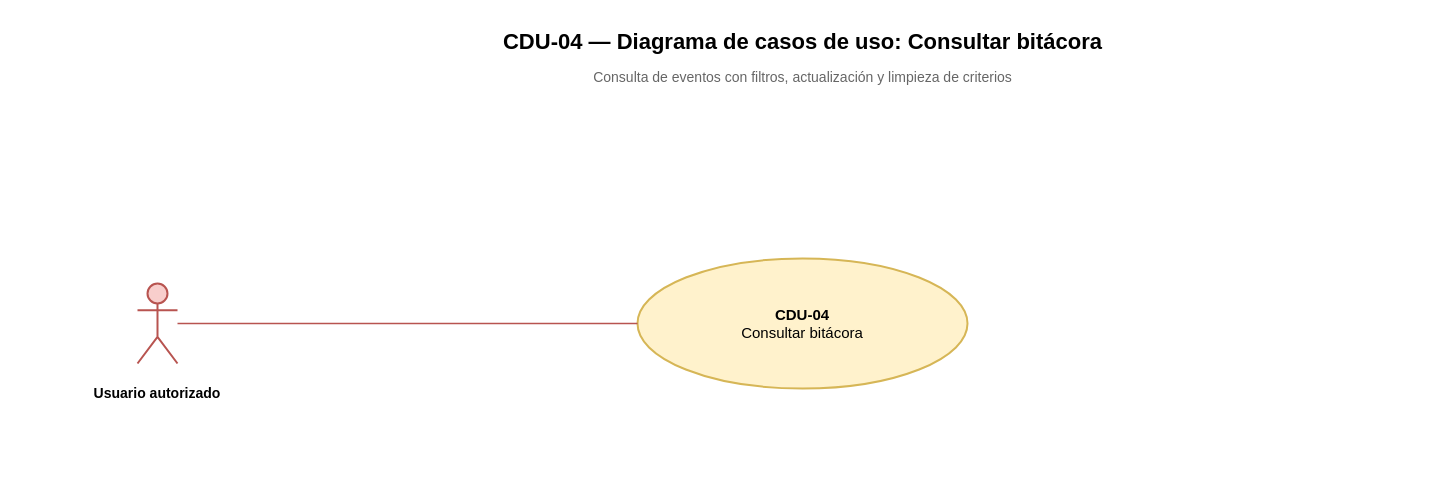
Above: Diagramas/Casos de Uso/T06a - CDU-04 - Consultar bitácora - Casos de uso.drawio in juanNH/Ingenieria-de-Software (draw.io), before the change. Source tidied: cells renumbered, new cells numbered last; positions are measured from the earlier drawing's top-left corner, leaving out a move shared by most shapes. Both pictures are drawn from the tidied source at 100%, with x=0, y=0 at pixel (17, 21).
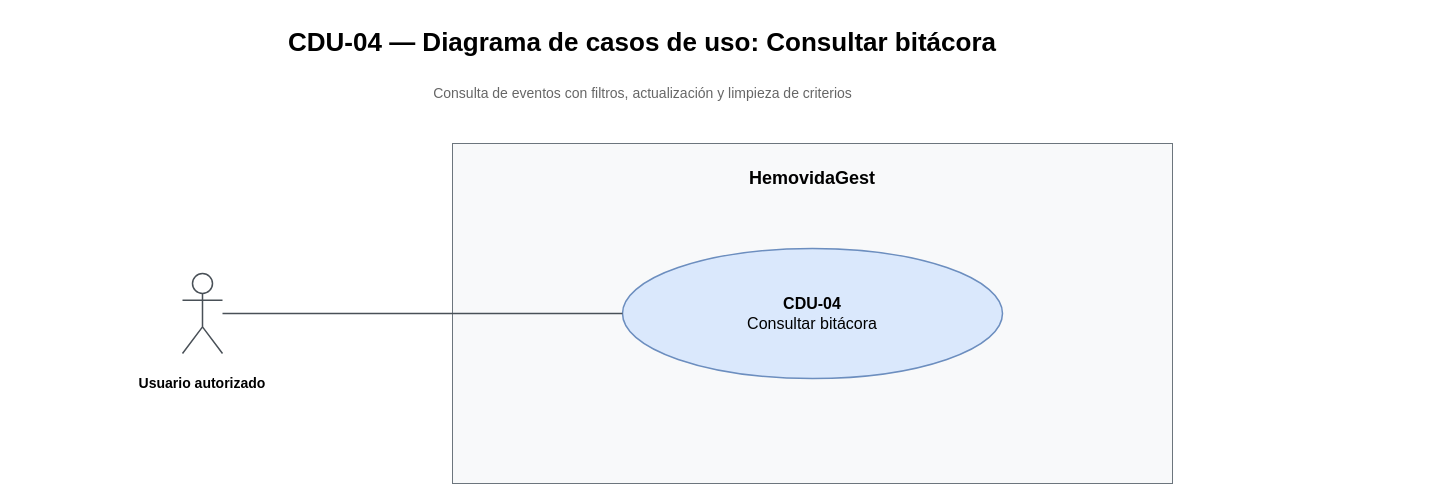
The same page after the edit.

Change to the diagram source:
```diff
@@
 <mxGraphModel>
   <root>
     <mxCell id="0" />
     <mxCell id="1" parent="0" />
+    <mxCell id="8" value="&lt;b&gt;HemovidaGest&lt;/b&gt;" style="rounded=0;whiteSpace=wrap;html=1;fillColor=#f8f9fa;strokeColor=#6c757d;verticalAlign=top;spacingTop=18;fontSize=18;fontFamily=Arial;" parent="1" vertex="1">
+      <mxGeometry x="435" y="122" width="720" height="340" as="geometry" />
+    </mxCell>
-    <mxCell id="2" value="CDU-04 — Diagrama de casos de uso: Consultar bitácora" style="text;html=1;strokeColor=none;fillColor=none;fontStyle=1;fontSize=22;align=center;verticalAlign=middle;fontFamily=Arial;" parent="1" vertex="1">
-      <mxGeometry x="155" width="1260" height="42" as="geometry" />
+    <mxCell id="2" value="CDU-04 — Diagrama de casos de uso: Consultar bitácora" style="text;html=1;whiteSpace=wrap;strokeColor=none;fillColor=none;fontFamily=Arial;fontSize=26;fontStyle=1;align=center;verticalAlign=middle;" parent="1" vertex="1">
+      <mxGeometry x="25" y="-4" width="1200" height="50" as="geometry" />
     </mxCell>
     <mxCell id="3" value="Consulta de eventos con filtros, actualización y limpieza de criterios" style="text;html=1;strokeColor=none;fillColor=none;fontSize=14;align=center;verticalAlign=middle;fontColor=#666666;fontFamily=Arial;" parent="1" vertex="1">
-      <mxGeometry x="335" y="42" width="900" height="28" as="geometry" />
+      <mxGeometry x="65" y="56" width="1120" height="32" as="geometry" />
     </mxCell>
-    <mxCell id="4" value="&lt;b&gt;CDU-04&lt;/b&gt;&lt;br&gt;Consultar bitácora" style="ellipse;whiteSpace=wrap;html=1;fillColor=#fff2cc;strokeColor=#d6b656;strokeWidth=2;fontSize=15;fontFamily=Arial;align=center;verticalAlign=middle;" parent="1" vertex="1">
-      <mxGeometry x="620" y="237" width="330" height="130" as="geometry" />
+    <mxCell id="4" value="&lt;b&gt;CDU-04&lt;/b&gt;&lt;br&gt;Consultar bitácora" style="ellipse;whiteSpace=wrap;html=1;fillColor=#dae8fc;strokeColor=#6c8ebf;strokeWidth=1.5;fontSize=16;fontFamily=Arial;align=center;verticalAlign=middle;" parent="1" vertex="1">
+      <mxGeometry x="605" y="227" width="380" height="130" as="geometry" />
     </mxCell>
-    <mxCell id="5" style="shape=umlActor;html=1;fillColor=#f8cecc;strokeColor=#b85450;strokeWidth=2;" parent="1" vertex="1">
-      <mxGeometry x="120" y="262" width="40" height="80" as="geometry" />
+    <mxCell id="5" style="shape=umlActor;html=1;fillColor=#ffffff;strokeColor=#495057;strokeWidth=1.5;" parent="1" vertex="1">
+      <mxGeometry x="165" y="252" width="40" height="80" as="geometry" />
     </mxCell>
     <mxCell id="6" value="&lt;b&gt;Usuario autorizado&lt;/b&gt;" style="text;html=1;strokeColor=none;fillColor=none;fontSize=14;fontFamily=Arial;align=center;verticalAlign=top;whiteSpace=wrap;" parent="1" vertex="1">
-      <mxGeometry y="357" width="280" height="66" as="geometry" />
+      <mxGeometry x="45" y="347" width="280" height="66" as="geometry" />
     </mxCell>
-    <mxCell id="7" style="rounded=0;html=1;endArrow=none;startArrow=none;strokeColor=#b85450;strokeWidth=1.5;exitX=1;exitY=0.5;entryX=0;entryY=0.5;" parent="1" edge="1" source="5" target="4">
+    <mxCell id="7" style="rounded=0;html=1;endArrow=none;startArrow=none;strokeColor=#495057;strokeWidth=1.5;exitX=1;exitY=0.5;entryX=0;entryY=0.5;" parent="1" edge="1" source="5" target="4">
       <mxGeometry relative="1" as="geometry" />
     </mxCell>
   </root>
 </mxGraphModel>
```
